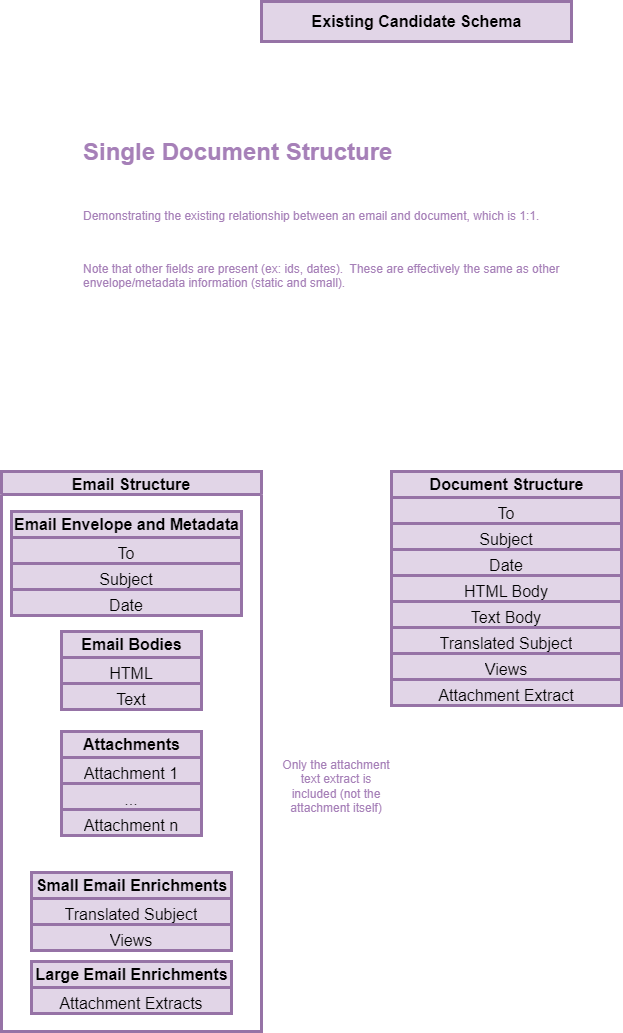
Before: notes/diagrams/existing-candidate-editable.png, a diagram exported from draw.io (maybe-another-name/elastic-things). Source tidied: cells renumbered, new cells last; positions are measured from the earlier drawing's top-left corner, leaving out a move shared by most shapes.
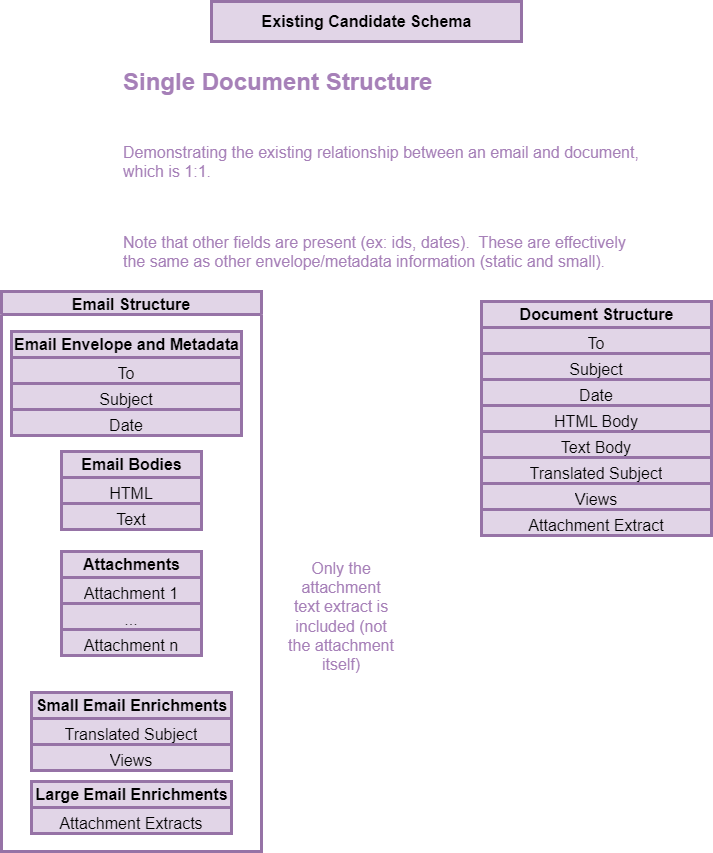
The same file after the commit.

Diff of the diagram source:
```diff
@@ -3,13 +3,13 @@
     <mxCell id="0" />
     <mxCell id="1" parent="0" />
     <mxCell id="2" value="Existing Candidate Schema" style="text;strokeColor=#9673a6;fillColor=#e1d5e7;html=1;fontSize=16;fontStyle=1;verticalAlign=middle;align=center;strokeWidth=3;" parent="1" vertex="1">
-      <mxGeometry x="260" width="310" height="40" as="geometry" />
+      <mxGeometry x="180" width="310" height="40" as="geometry" />
     </mxCell>
-    <mxCell id="3" value="&lt;h1 style=&quot;margin-top: 0px;&quot;&gt;Single Document Structure&lt;/h1&gt;&lt;div&gt;&lt;br&gt;&lt;/div&gt;&lt;p&gt;Demonstrating the existing relationship between an email and document, which is 1:1.&lt;/p&gt;&lt;p&gt;&lt;br&gt;&lt;/p&gt;&lt;p&gt;Note that other fields are present (ex: ids, dates).&amp;nbsp; These are effectively the same as other envelope/metadata information (static and small).&lt;/p&gt;" style="text;html=1;whiteSpace=wrap;overflow=hidden;rounded=0;fontColor=#A680B8;" parent="1" vertex="1">
-      <mxGeometry x="80" y="130" width="530" height="240" as="geometry" />
+    <mxCell id="3" value="&lt;h1 style=&quot;margin-top: 0px;&quot;&gt;Single Document Structure&lt;/h1&gt;&lt;div&gt;&lt;br&gt;&lt;/div&gt;&lt;p style=&quot;font-size: 16px;&quot;&gt;&lt;font style=&quot;font-size: 16px;&quot;&gt;Demonstrating the existing relationship between an email and document, which is 1:1.&lt;/font&gt;&lt;/p&gt;&lt;p style=&quot;font-size: 16px;&quot;&gt;&lt;font style=&quot;font-size: 16px;&quot;&gt;&lt;br&gt;&lt;/font&gt;&lt;/p&gt;&lt;p style=&quot;font-size: 16px;&quot;&gt;&lt;font style=&quot;font-size: 16px;&quot;&gt;Note that other fields are present (ex: ids, dates).&amp;nbsp; These are effectively the same as other envelope/metadata information (static and small).&lt;/font&gt;&lt;/p&gt;" style="text;html=1;whiteSpace=wrap;overflow=hidden;rounded=0;fontColor=#A680B8;" parent="1" vertex="1">
+      <mxGeometry x="90" y="60" width="530" height="240" as="geometry" />
     </mxCell>
     <mxCell id="4" value="Email Structure" style="swimlane;fillColor=#e1d5e7;strokeColor=#9673a6;fontSize=16;strokeWidth=3;align=center;" parent="1" vertex="1">
-      <mxGeometry y="470" width="260" height="560" as="geometry" />
+      <mxGeometry x="-30" y="290" width="260" height="560" as="geometry" />
     </mxCell>
     <mxCell id="5" value="&lt;b&gt;Email Envelope and Metadata&lt;/b&gt;" style="swimlane;fontStyle=0;horizontal=1;startSize=26;fillColor=#e1d5e7;html=1;strokeColor=#9673a6;fontSize=16;strokeWidth=3;align=center;" parent="4" vertex="1">
       <mxGeometry x="10" y="40" width="230" height="104" as="geometry" />
@@ -60,7 +60,7 @@
       <mxGeometry y="52" width="200" height="26" as="geometry" />
     </mxCell>
     <mxCell id="21" value="&lt;b&gt;Document Structure&lt;/b&gt;" style="swimlane;fontStyle=0;horizontal=1;startSize=26;fillColor=#e1d5e7;html=1;strokeColor=#9673a6;fontSize=16;strokeWidth=3;align=center;" parent="1" vertex="1">
-      <mxGeometry x="390" y="470" width="230" height="234" as="geometry" />
+      <mxGeometry x="450" y="300" width="230" height="234" as="geometry" />
     </mxCell>
     <mxCell id="22" value="To" style="text;strokeColor=#9673a6;fillColor=#e1d5e7;align=center;verticalAlign=top;spacingLeft=4;spacingRight=4;overflow=hidden;whiteSpace=wrap;html=1;fontSize=16;strokeWidth=3;" parent="21" vertex="1">
       <mxGeometry y="26" width="230" height="26" as="geometry" />
@@ -86,8 +86,8 @@
     <mxCell id="29" value="Attachment Extract" style="text;strokeColor=#9673a6;fillColor=#e1d5e7;align=center;verticalAlign=top;spacingLeft=4;spacingRight=4;overflow=hidden;whiteSpace=wrap;html=1;fontSize=16;strokeWidth=3;" parent="21" vertex="1">
       <mxGeometry y="208" width="230" height="26" as="geometry" />
     </mxCell>
-    <mxCell id="30" value="&lt;font color=&quot;#a680b8&quot;&gt;Only the attachment text extract is included (not the attachment itself)&lt;/font&gt;" style="text;html=1;align=center;verticalAlign=middle;whiteSpace=wrap;rounded=0;" parent="1" vertex="1">
-      <mxGeometry x="280" y="770" width="110" height="30" as="geometry" />
+    <mxCell id="30" value="&lt;font style=&quot;font-size: 16px;&quot; color=&quot;#a680b8&quot;&gt;Only the attachment text extract is included (not the attachment itself)&lt;/font&gt;" style="text;html=1;align=center;verticalAlign=middle;whiteSpace=wrap;rounded=0;" parent="1" vertex="1">
+      <mxGeometry x="255" y="600" width="110" height="30" as="geometry" />
     </mxCell>
   </root>
 </mxGraphModel>
```
